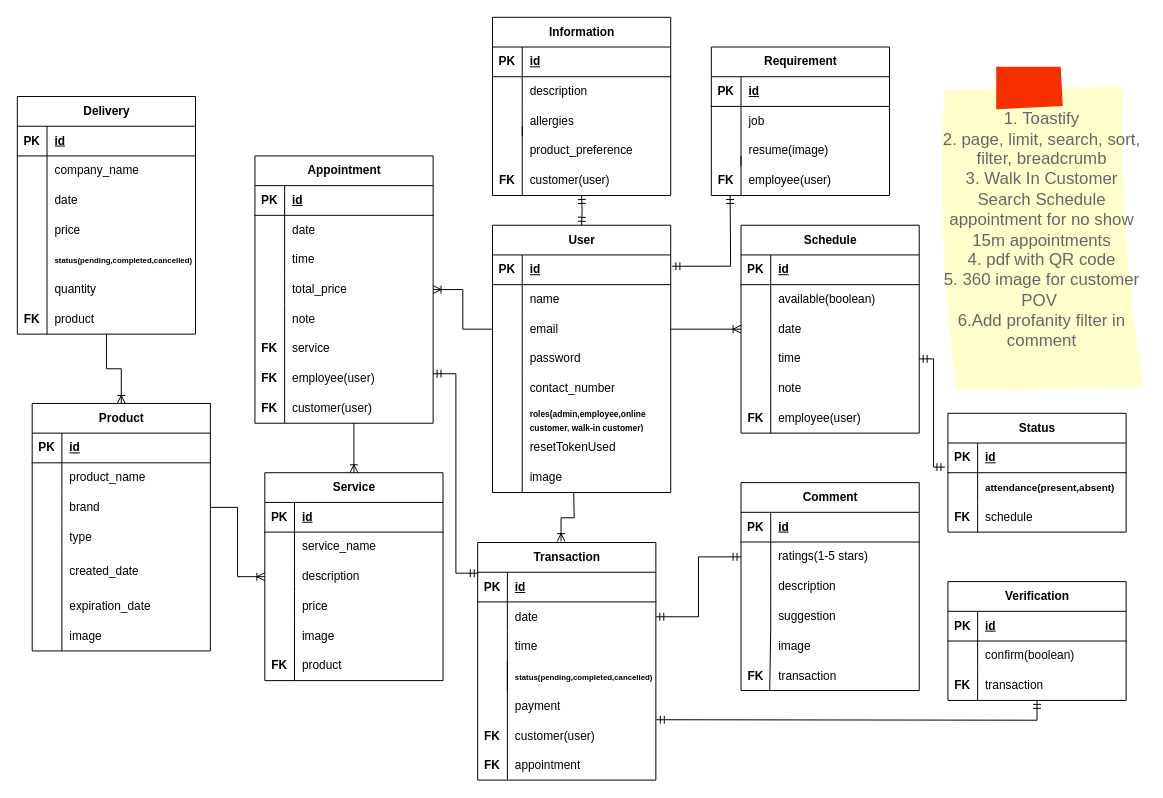
Above: erd/Salon-Erd.drawio in GabTheGreat25/Salon-Api (draw.io), before the change. Source tidied: cells renumbered, new cells numbered last; positions are measured from the earlier drawing's top-left corner, leaving out a move shared by most shapes. Both pictures are drawn from the tidied source at 99%, with x=0, y=0 at pixel (17, 17).
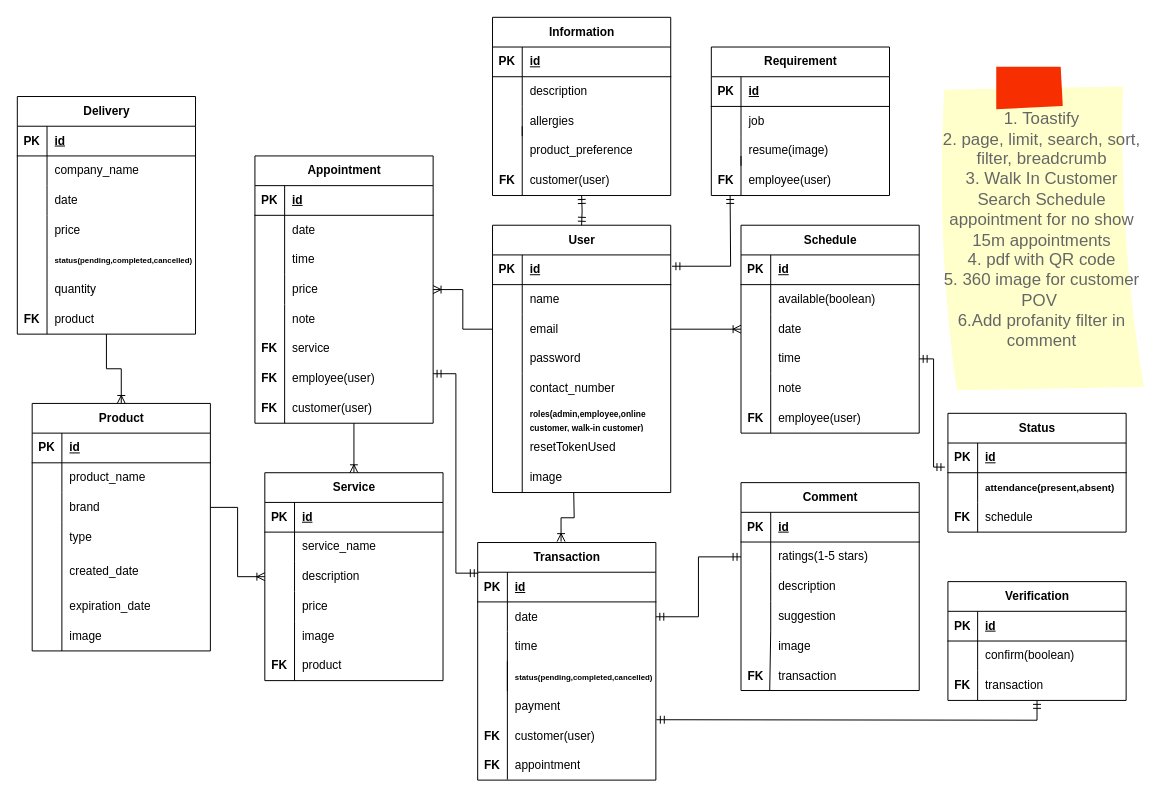
The same page after the edit.

Commit message:
Change total_price to price

The change refers to these unchanged cells:
```xml
<mxCell id="28" style="shape=tableRow;horizontal=0;startSize=0;swimlaneHead=0;swimlaneBody=0;fillColor=none;points=[[0,0.5],[1,0.5]];portConstraint=eastwest;top=0;left=0;right=0;bottom=0;" parent="18" vertex="1">
  <mxGeometry y="120" width="180" height="30" as="geometry" />
</mxCell>
```

What changed in the source:
```diff
@@
-    <mxCell id="30" value="total_price" style="shape=partialRectangle;fillColor=none;top=0;left=0;bottom=0;right=0;align=left;spacingLeft=6;overflow=hidden;whiteSpace=wrap;html=1;" parent="28" vertex="1">
+    <mxCell id="30" value="price" style="shape=partialRectangle;fillColor=none;top=0;left=0;bottom=0;right=0;align=left;spacingLeft=6;overflow=hidden;whiteSpace=wrap;html=1;" parent="28" vertex="1">
       <mxGeometry x="30" width="150" height="30" as="geometry" />
     </mxCell>
```
